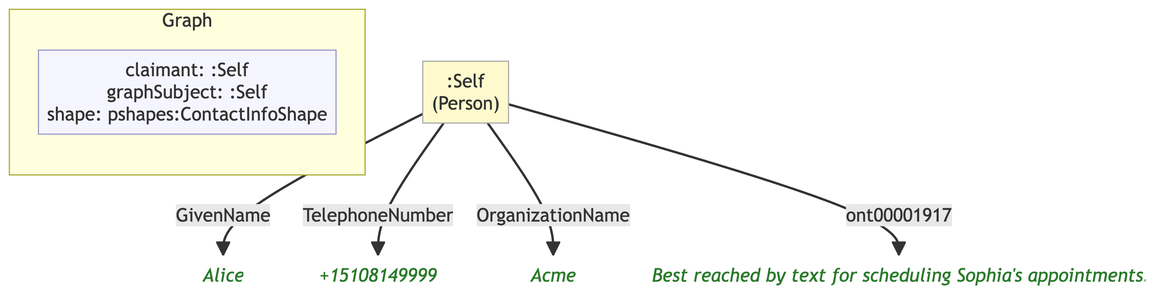
MeeFoundation/mia-ontologies keeps this Mermaid diagram as example/graphs/images/graph-30.png. Above is the earlier version. Its source is kept beside it as example/graphs/images/graph-30.mmd.
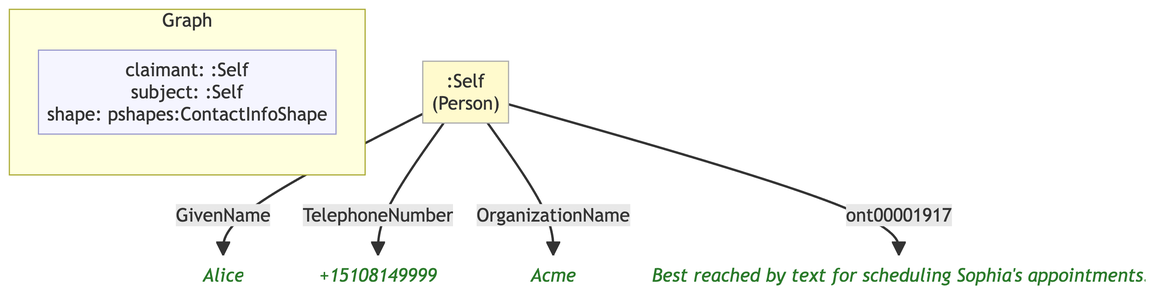
Later version of the same file.

Change to the diagram source:
```diff
@@ -7,16 +7,16 @@
 
     subgraph ctx["Graph"]
         direction LR
-        ctx_meta["claimant: :Self\ngraphSubject: :Self\nshape: pshapes:ContactInfoShape"]:::meta
+        ctx_meta["claimant: :Self\nsubject: :Self\nshape: pshapes:ContactInfoShape"]:::meta
     end
 
     n655e442e50be[":Self\n(Person)"]:::person
-    n9280db2be0e4("Alice"):::lit
-    n748ac871ef73("+15108149999"):::lit
-    n3a7e48141e9e("Acme"):::lit
-    n562a7bc67a3d("Best reached by text for scheduling Sophia's appointments."):::lit
+    n23a8095d622d("Alice"):::lit
+    nd0f0e5ad15bf("+15108149999"):::lit
+    n70d1b68da6ba("Acme"):::lit
+    nf88f8a34571c("Best reached by text for scheduling Sophia's appointments."):::lit
 
-    n655e442e50be -->|"GivenName"| n9280db2be0e4
-    n655e442e50be -->|"TelephoneNumber"| n748ac871ef73
-    n655e442e50be -->|"OrganizationName"| n3a7e48141e9e
-    n655e442e50be -->|"ont00001917"| n562a7bc67a3d
+    n655e442e50be -->|"GivenName"| n23a8095d622d
+    n655e442e50be -->|"TelephoneNumber"| nd0f0e5ad15bf
+    n655e442e50be -->|"OrganizationName"| n70d1b68da6ba
+    n655e442e50be -->|"ont00001917"| nf88f8a34571c
```
